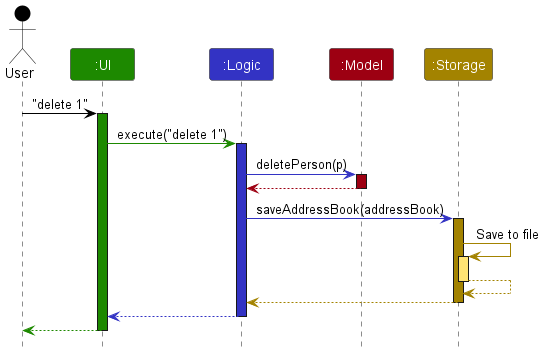
Above: docs/images/ArchitectureSequenceDiagram.png in AY2627S1-CS2103T-W11-1/tp (PlantUML), before the change. Its diagram source:
```plantuml
@startuml
!include style.puml
skinparam ArrowFontStyle plain

Actor User as user USER_COLOR
Participant ":UI" as ui UI_COLOR
Participant ":Logic" as logic LOGIC_COLOR
Participant ":Model" as model MODEL_COLOR
Participant ":Storage" as storage STORAGE_COLOR

user -[USER_COLOR]> ui : "delete 1"
activate ui UI_COLOR

ui -[UI_COLOR]> logic : execute("delete 1")
activate logic LOGIC_COLOR

logic -[LOGIC_COLOR]> model : deletePerson(p)
activate model MODEL_COLOR

model -[MODEL_COLOR]-> logic
deactivate model

logic -[LOGIC_COLOR]> storage : saveAddressBook(addressBook)
activate storage STORAGE_COLOR

storage -[STORAGE_COLOR]> storage : Save to file
activate storage STORAGE_COLOR_T1
storage --[STORAGE_COLOR]> storage
deactivate storage

storage --[STORAGE_COLOR]> logic
deactivate storage

logic --[LOGIC_COLOR]> ui
deactivate logic

ui--[UI_COLOR]> user
deactivate ui
@enduml
```
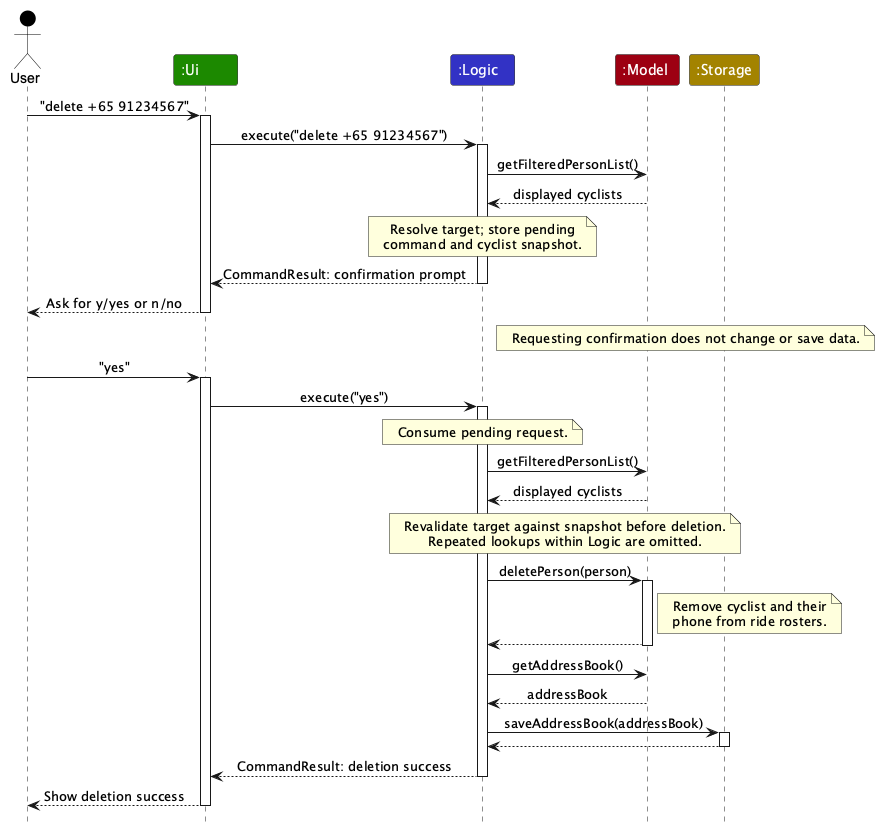
The same diagram one commit later.

Commit message:
Update Model and deletion diagrams for v1.5

The edit, as a diff of the source:
```diff
@@ -2,38 +2,46 @@
 !include style.puml
 skinparam ArrowFontStyle plain
 
-Actor User as user USER_COLOR
-Participant ":UI" as ui UI_COLOR
-Participant ":Logic" as logic LOGIC_COLOR
-Participant ":Model" as model MODEL_COLOR
-Participant ":Storage" as storage STORAGE_COLOR
+actor User as user USER_COLOR
+participant ":Ui" as ui UI_COLOR
+participant ":Logic" as logic LOGIC_COLOR
+participant ":Model" as model MODEL_COLOR
+participant ":Storage" as storage STORAGE_COLOR
 
-user -[USER_COLOR]> ui : "delete 1"
-activate ui UI_COLOR
+user -> ui : "delete +65 91234567"
+activate ui
+ui -> logic : execute("delete +65 91234567")
+activate logic
+logic -> model : getFilteredPersonList()
+model --> logic : displayed cyclists
+note over logic : Resolve target; store pending\ncommand and cyclist snapshot.
+logic --> ui : CommandResult: confirmation prompt
+deactivate logic
+ui --> user : Ask for y/yes or n/no
+deactivate ui
+note over model, storage : Requesting confirmation does not change or save data.
 
-ui -[UI_COLOR]> logic : execute("delete 1")
-activate logic LOGIC_COLOR
-
-logic -[LOGIC_COLOR]> model : deletePerson(p)
-activate model MODEL_COLOR
-
-model -[MODEL_COLOR]-> logic
+user -> ui : "yes"
+activate ui
+ui -> logic : execute("yes")
+activate logic
+note over logic : Consume pending request.
+logic -> model : getFilteredPersonList()
+model --> logic : displayed cyclists
+note over logic, model : Revalidate target against snapshot before deletion.\nRepeated lookups within Logic are omitted.
+logic -> model : deletePerson(person)
+activate model
+note right of model : Remove cyclist and their\nphone from ride rosters.
+model --> logic
 deactivate model
-
-logic -[LOGIC_COLOR]> storage : saveAddressBook(addressBook)
-activate storage STORAGE_COLOR
-
-storage -[STORAGE_COLOR]> storage : Save to file
-activate storage STORAGE_COLOR_T1
-storage --[STORAGE_COLOR]> storage
+logic -> model : getAddressBook()
+model --> logic : addressBook
+logic -> storage : saveAddressBook(addressBook)
+activate storage
+storage --> logic
 deactivate storage
-
-storage --[STORAGE_COLOR]> logic
-deactivate storage
-
-logic --[LOGIC_COLOR]> ui
+logic --> ui : CommandResult: deletion success
 deactivate logic
-
-ui--[UI_COLOR]> user
+ui --> user : Show deletion success
 deactivate ui
 @enduml
```
